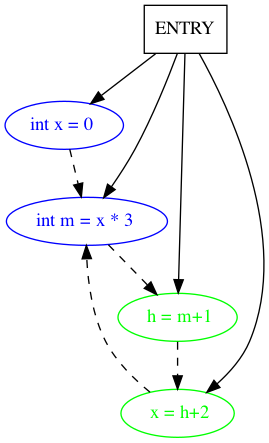
This is TP3/doctest-output/sdg.gv.png from saracqueiros/EG22, a Graphviz export, as it was before one commit. Its source is kept beside it as TP3/doctest-output/sdg.gv.
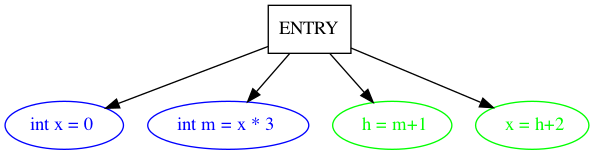
After the change.

Change to the diagram source:
```diff
@@ -9,8 +9,4 @@
 	ENTRY -> " h = m+1"
 	" x = h+2" [color=green fontcolor=green]
 	ENTRY -> " x = h+2"
-	" h = m+1" -> " x = h+2" [style=dashed]
-	"int x = 0 " -> "int m = x * 3 " [style=dashed]
-	" x = h+2" -> "int m = x * 3 " [style=dashed]
-	"int m = x * 3 " -> " h = m+1" [style=dashed]
 }
```
